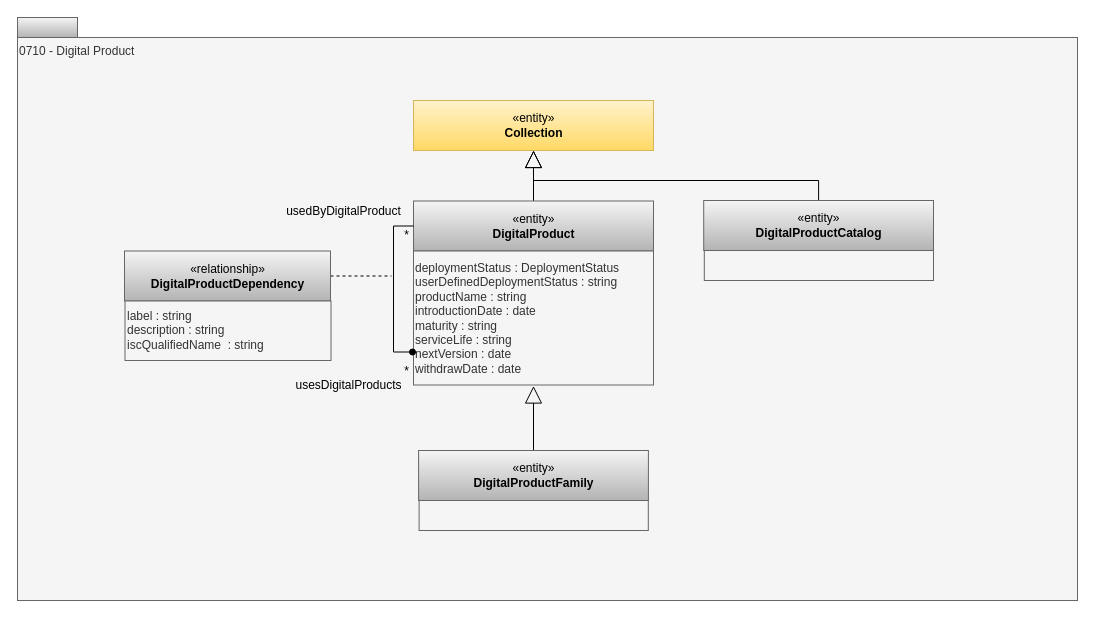
Above: page "0710-Digital-Products" (3 of 19) of site/docs/types/7/area-7-lineage.drawio in odpi/egeria-docs (draw.io), before the change. Source tidied: cells renumbered, new cells numbered last; positions are measured from the earlier drawing's top-left corner, leaving out a move shared by most shapes. Both pictures are drawn from the tidied source at 100%, with x=0, y=0 at pixel (17, 17).
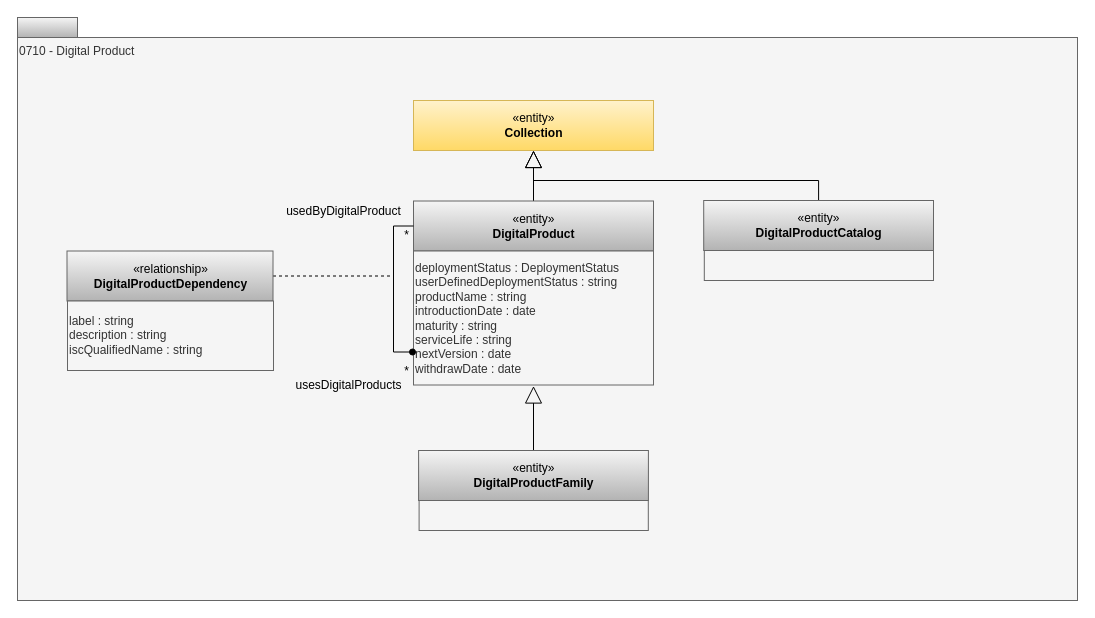
The same diagram, later.

Diff of the diagram source:
```diff
@@
     <mxCell id="9" value="«relationship»&lt;br&gt;&lt;b&gt;DigitalProductDependency&lt;/b&gt;" style="html=1;strokeColor=#666666;align=center;fillColor=#f5f5f5;gradientColor=#b3b3b3;" parent="1" vertex="1">
-      <mxGeometry x="107" y="233.5" width="206" height="50" as="geometry" />
+      <mxGeometry x="49.5" y="233.5" width="206" height="50" as="geometry" />
     </mxCell>
-    <mxCell id="10" value="label : string&lt;div&gt;description : string&lt;/div&gt;&lt;div&gt;iscQualifiedName&amp;nbsp; : string&lt;/div&gt;" style="rounded=0;whiteSpace=wrap;html=1;strokeColor=#666666;align=left;fillColor=#f5f5f5;fontColor=#333333;" parent="1" vertex="1">
-      <mxGeometry x="107.5" y="283.5" width="206" height="59.5" as="geometry" />
+    <mxCell id="10" value="label : string&lt;div&gt;description : string&lt;/div&gt;&lt;div&gt;&lt;span style=&quot;background-color: transparent; color: light-dark(rgb(51, 51, 51), rgb(193, 193, 193));&quot;&gt;iscQualifiedName : string&lt;/span&gt;&lt;/div&gt;" style="rounded=0;whiteSpace=wrap;html=1;strokeColor=#666666;align=left;fillColor=#f5f5f5;fontColor=#333333;" parent="1" vertex="1">
+      <mxGeometry x="50" y="283.5" width="206" height="69.5" as="geometry" />
     </mxCell>
```
